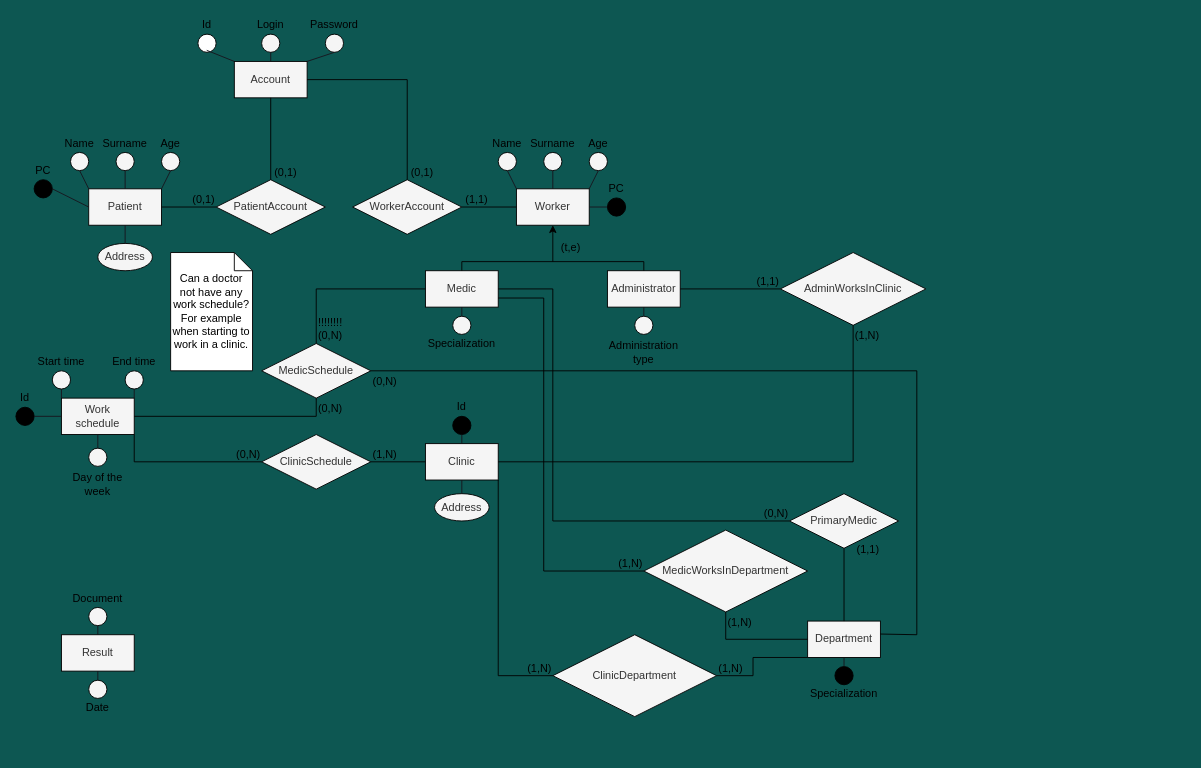
The draw.io diagram Untitled Diagram.drawio in UniFI-Students/DBIS, before the edit. Source tidied: cells renumbered, new cells numbered last; positions are measured from the earlier drawing's top-left corner, leaving out a move shared by most shapes. Both pictures are drawn from the tidied source at 91%, with x=0, y=0 at pixel (15, 15).
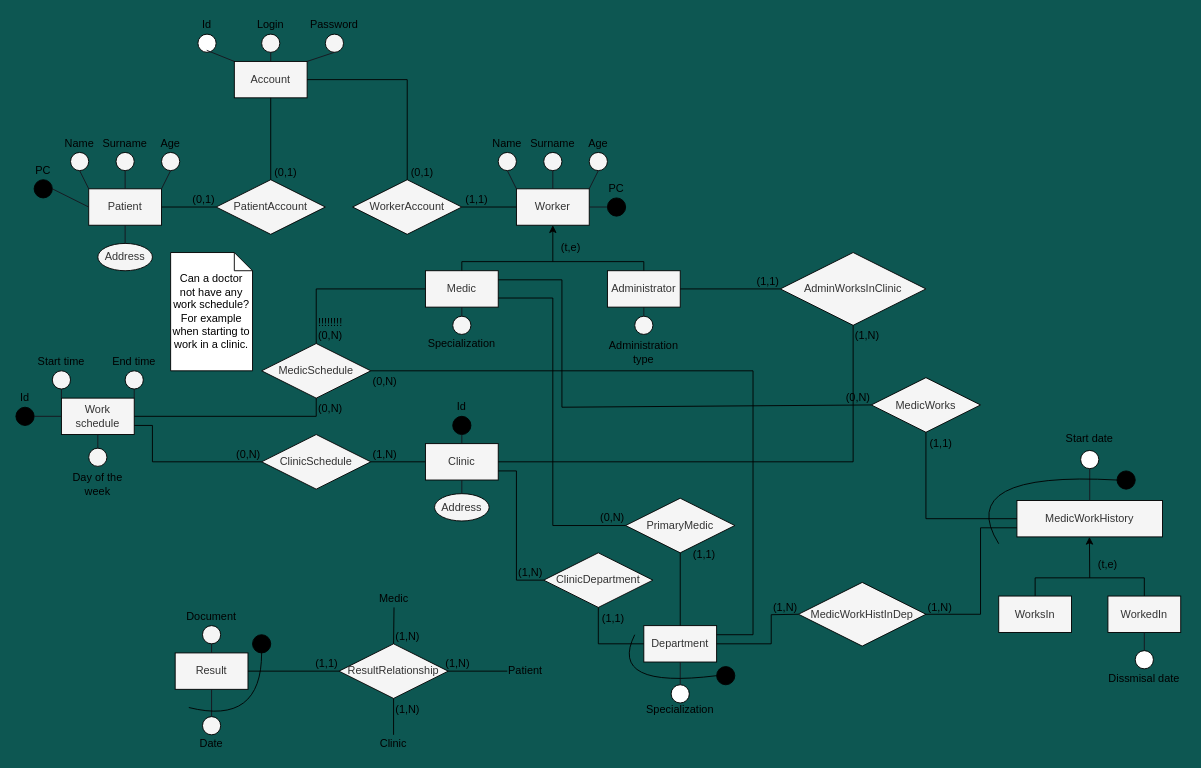
The same diagram, later.

The change refers to these unchanged cells:
```xml
<mxCell id="2" value="Clinic" style="whiteSpace=wrap;html=1;align=center;fillColor=#f5f5f5;fontColor=#333333;strokeColor=#000000;" parent="1" vertex="1">
  <mxGeometry x="450" y="470" width="80" height="40" as="geometry" />
</mxCell>
<mxCell id="17" value="Medic" style="whiteSpace=wrap;html=1;align=center;fillColor=#f5f5f5;fontColor=#333333;strokeColor=#000000;" parent="1" vertex="1">
  <mxGeometry x="450" y="280" width="80" height="40" as="geometry" />
</mxCell>
<mxCell id="57" value="Work schedule" style="whiteSpace=wrap;html=1;align=center;fillColor=#f5f5f5;fontColor=#333333;strokeColor=#000000;" parent="1" vertex="1">
  <mxGeometry x="50" y="420" width="80" height="40" as="geometry" />
</mxCell>
<mxCell id="87" value="MedicSchedule" style="shape=rhombus;perimeter=rhombusPerimeter;whiteSpace=wrap;html=1;align=center;strokeColor=#000000;fillColor=#f5f5f5;fontColor=#333333;" parent="1" vertex="1">
  <mxGeometry x="270" y="360" width="120" height="60" as="geometry" />
</mxCell>
<mxCell id="93" value="ClinicSchedule" style="shape=rhombus;perimeter=rhombusPerimeter;whiteSpace=wrap;html=1;align=center;strokeColor=#000000;fillColor=#f5f5f5;fontColor=#333333;" parent="1" vertex="1">
  <mxGeometry x="270" y="460" width="120" height="60" as="geometry" />
</mxCell>
```

What changed in the source:
```diff
@@
     <mxCell id="3" value="Department" style="whiteSpace=wrap;html=1;align=center;fillColor=#f5f5f5;fontColor=#333333;strokeColor=#000000;" parent="1" vertex="1">
-      <mxGeometry x="870" y="665" width="80" height="40" as="geometry" />
+      <mxGeometry x="690" y="670" width="80" height="40" as="geometry" />
     </mxCell>
     <mxCell id="4" value="Result" style="whiteSpace=wrap;html=1;align=center;fillColor=#f5f5f5;fontColor=#333333;strokeColor=#000000;" parent="1" vertex="1">
-      <mxGeometry x="50" y="680" width="80" height="40" as="geometry" />
+      <mxGeometry x="175" y="700" width="80" height="40" as="geometry" />
     </mxCell>
@@
     <mxCell id="72" value="Specialization" style="text;html=1;align=center;verticalAlign=middle;whiteSpace=wrap;rounded=0;fontColor=#000000;" parent="1" vertex="1">
-      <mxGeometry x="900" y="735" width="20" height="20" as="geometry" />
+      <mxGeometry x="720" y="755" width="20" height="15" as="geometry" />
     </mxCell>
-    <mxCell id="73" style="ellipse;whiteSpace=wrap;html=1;fillColor=#000000;fontColor=#333333;strokeColor=#000000;" parent="1" vertex="1">
-      <mxGeometry x="900" y="715" width="20" height="20" as="geometry" />
+    <mxCell id="73" style="ellipse;whiteSpace=wrap;html=1;fillColor=#FFFFFF;fontColor=#333333;strokeColor=#000000;" parent="1" vertex="1">
+      <mxGeometry x="720" y="735" width="20" height="20" as="geometry" />
     </mxCell>
-    <mxCell id="74" style="endArrow=none;html=1;rounded=0;exitX=0.5;exitY=0;exitDx=0;exitDy=0;strokeColor=#18141d;entryX=0.5;entryY=1;entryDx=0;entryDy=0;" parent="1" edge="1" source="73" target="3">
+    <mxCell id="74" style="endArrow=none;html=1;rounded=0;strokeColor=#18141d;entryX=0.5;entryY=1;entryDx=0;entryDy=0;exitX=0.5;exitY=0;exitDx=0;exitDy=0;" parent="1" edge="1" source="73" target="3">
       <mxGeometry relative="1" as="geometry" />
     </mxCell>
     <mxCell id="75" style="ellipse;whiteSpace=wrap;html=1;fillColor=#f5f5f5;fontColor=#333333;strokeColor=#000000;" parent="1" vertex="1">
-      <mxGeometry x="80" y="650" width="20" height="20" as="geometry" />
+      <mxGeometry x="205" y="670" width="20" height="20" as="geometry" />
     </mxCell>
     <mxCell id="76" value="Document" style="text;html=1;align=center;verticalAlign=middle;whiteSpace=wrap;rounded=0;fontColor=#000000;" parent="1" vertex="1">
-      <mxGeometry x="80" y="630" width="20" height="20" as="geometry" />
+      <mxGeometry x="205" y="650" width="20" height="20" as="geometry" />
     </mxCell>
@@
     <mxCell id="79" style="ellipse;whiteSpace=wrap;html=1;fillColor=#f5f5f5;fontColor=#333333;strokeColor=#000000;" parent="1" vertex="1">
-      <mxGeometry x="80" y="730" width="20" height="20" as="geometry" />
+      <mxGeometry x="205" y="770" width="20" height="20" as="geometry" />
     </mxCell>
     <mxCell id="80" value="Date" style="text;html=1;align=center;verticalAlign=middle;whiteSpace=wrap;rounded=0;fontColor=#000000;" parent="1" vertex="1">
-      <mxGeometry x="80" y="750" width="20" height="20" as="geometry" />
+      <mxGeometry x="205" y="790" width="20" height="20" as="geometry" />
     </mxCell>
@@
-    <mxCell id="94" style="endArrow=none;html=1;rounded=0;strokeColor=#000000;fontColor=#000000;exitX=1;exitY=1;exitDx=0;exitDy=0;entryX=0;entryY=0.5;entryDx=0;entryDy=0;" parent="1" edge="1" source="57" target="93">
+    <mxCell id="94" style="endArrow=none;html=1;rounded=0;strokeColor=#000000;fontColor=#000000;exitX=1;exitY=0.75;exitDx=0;exitDy=0;entryX=0;entryY=0.5;entryDx=0;entryDy=0;" parent="1" edge="1" source="57" target="93">
       <mxGeometry relative="1" as="geometry">
         <Array as="points">
-          <mxPoint x="130" y="490" />
+          <mxPoint x="150" y="450" />
+          <mxPoint x="150" y="490" />
         </Array>
       </mxGeometry>
     </mxCell>
@@
     <mxCell id="104" value="PrimaryMedic" style="shape=rhombus;perimeter=rhombusPerimeter;whiteSpace=wrap;html=1;align=center;strokeColor=#000000;fillColor=#f5f5f5;fontColor=#333333;" parent="1" vertex="1">
-      <mxGeometry x="850" y="525" width="120" height="60" as="geometry" />
+      <mxGeometry x="670" y="530" width="120" height="60" as="geometry" />
     </mxCell>
@@
-    <mxCell id="107" style="endArrow=none;html=1;rounded=0;strokeColor=#000000;fontColor=#000000;exitX=1;exitY=0.5;exitDx=0;exitDy=0;entryX=0;entryY=0.5;entryDx=0;entryDy=0;" parent="1" edge="1" source="17" target="104">
+    <mxCell id="107" style="endArrow=none;html=1;rounded=0;strokeColor=#000000;fontColor=#000000;exitX=1;exitY=0.75;exitDx=0;exitDy=0;entryX=0;entryY=0.5;entryDx=0;entryDy=0;" parent="1" edge="1" source="17" target="104">
       <mxGeometry relative="1" as="geometry">
         <Array as="points">
-          <mxPoint x="590" y="300" />
-          <mxPoint x="590" y="555" />
+          <mxPoint x="590" y="310" />
+          <mxPoint x="590" y="560" />
         </Array>
       </mxGeometry>
     </mxCell>
@@
-    <mxCell id="109" value="MedicWorksInDepartment" style="shape=rhombus;perimeter=rhombusPerimeter;whiteSpace=wrap;html=1;align=center;strokeColor=#000000;fillColor=#f5f5f5;fontColor=#333333;" parent="1" vertex="1">
-      <mxGeometry x="690" y="565" width="180" height="90" as="geometry" />
-    </mxCell>
-    <mxCell id="110" style="endArrow=none;html=1;rounded=0;strokeColor=#000000;fontColor=#000000;exitX=0;exitY=0.5;exitDx=0;exitDy=0;entryX=0.5;entryY=1;entryDx=0;entryDy=0;" parent="1" edge="1" source="3" target="109">
-      <mxGeometry relative="1" as="geometry">
-        <Array as="points">
-          <mxPoint x="780" y="685" />
-          <mxPoint x="780" y="655" />
-        </Array>
-      </mxGeometry>
-    </mxCell>
-    <mxCell id="111" value="(1,N)" style="html=1;whiteSpace=wrap;align=right;verticalAlign=bottom;fontColor=#000000;" parent="110" vertex="1">
-      <mxGeometry x="1" relative="1" as="geometry">
-        <mxPoint x="30" y="20" as="offset" />
-      </mxGeometry>
-    </mxCell>
-    <mxCell id="112" style="endArrow=none;html=1;rounded=0;strokeColor=#000000;fontColor=#000000;exitX=1;exitY=0.75;exitDx=0;exitDy=0;entryX=0;entryY=0.5;entryDx=0;entryDy=0;" parent="1" edge="1" source="17" target="109">
-      <mxGeometry relative="1" as="geometry">
-        <Array as="points">
-          <mxPoint x="580" y="310" />
-          <mxPoint x="580" y="610" />
-        </Array>
-      </mxGeometry>
-    </mxCell>
-    <mxCell id="113" value="(1,N)" style="html=1;whiteSpace=wrap;align=right;verticalAlign=bottom;fontColor=#000000;" parent="112" vertex="1">
-      <mxGeometry x="1" relative="1" as="geometry" />
-    </mxCell>
@@
-    <mxCell id="120" style="endArrow=none;html=1;rounded=0;strokeColor=#000000;fontColor=#000000;exitX=0.997;exitY=0.356;exitDx=0;exitDy=0;entryX=1;entryY=0.5;entryDx=0;entryDy=0;exitPerimeter=0;" parent="1" edge="1" source="3" target="87">
+    <mxCell id="120" style="endArrow=none;html=1;rounded=0;strokeColor=#000000;fontColor=#000000;exitX=1;exitY=0.25;exitDx=0;exitDy=0;entryX=1;entryY=0.5;entryDx=0;entryDy=0;" parent="1" edge="1" source="3" target="87">
       <mxGeometry relative="1" as="geometry">
         <Array as="points">
-          <mxPoint x="990" y="680" />
-          <mxPoint x="990" y="390" />
+          <mxPoint x="810" y="680" />
+          <mxPoint x="810" y="390" />
         </Array>
       </mxGeometry>
     </mxCell>
@@
     <mxCell id="122" value="ClinicDepartment" style="shape=rhombus;perimeter=rhombusPerimeter;whiteSpace=wrap;html=1;align=center;strokeColor=#000000;fillColor=#f5f5f5;fontColor=#333333;" parent="1" vertex="1">
-      <mxGeometry x="590" y="680" width="180" height="90" as="geometry" />
+      <mxGeometry x="580" y="590" width="120" height="60" as="geometry" />
     </mxCell>
-    <mxCell id="123" style="endArrow=none;html=1;rounded=0;strokeColor=#000000;fontColor=#000000;exitX=1;exitY=1;exitDx=0;exitDy=0;entryX=0;entryY=0.5;entryDx=0;entryDy=0;" parent="1" edge="1" source="2" target="122">
+    <mxCell id="123" style="endArrow=none;html=1;rounded=0;strokeColor=#000000;fontColor=#000000;exitX=1;exitY=0.75;exitDx=0;exitDy=0;entryX=0;entryY=0.5;entryDx=0;entryDy=0;" parent="1" edge="1" source="2" target="122">
       <mxGeometry relative="1" as="geometry">
         <Array as="points">
-          <mxPoint x="530" y="725" />
+          <mxPoint x="550" y="500" />
+          <mxPoint x="550" y="620" />
         </Array>
       </mxGeometry>
     </mxCell>
@@
-    <mxCell id="125" style="endArrow=none;html=1;rounded=0;strokeColor=#000000;fontColor=#000000;exitX=0;exitY=1;exitDx=0;exitDy=0;entryX=1;entryY=0.5;entryDx=0;entryDy=0;" parent="1" edge="1" source="3" target="122">
+    <mxCell id="125" style="endArrow=none;html=1;rounded=0;strokeColor=#000000;fontColor=#000000;entryX=0.5;entryY=1;entryDx=0;entryDy=0;exitX=0;exitY=0.5;exitDx=0;exitDy=0;" parent="1" edge="1" source="3" target="122">
       <mxGeometry relative="1" as="geometry">
         <Array as="points">
-          <mxPoint x="810" y="705" />
-          <mxPoint x="810" y="725" />
+          <mxPoint x="640" y="690" />
         </Array>
       </mxGeometry>
     </mxCell>
-    <mxCell id="126" value="(1,N)" style="html=1;whiteSpace=wrap;align=right;verticalAlign=bottom;fontColor=#000000;" parent="125" vertex="1">
+    <mxCell id="126" value="(1,1)" style="html=1;whiteSpace=wrap;align=right;verticalAlign=bottom;fontColor=#000000;" parent="125" vertex="1">
       <mxGeometry x="1" relative="1" as="geometry">
-        <mxPoint x="30" as="offset" />
+        <mxPoint x="30" y="20" as="offset" />
       </mxGeometry>
     </mxCell>
+    <mxCell id="127" style="curved=1;endArrow=none;html=1;rounded=0;endFill=0;exitX=0;exitY=0.5;exitDx=0;exitDy=0;strokeColor=#000000;" parent="1" edge="1" source="128">
+      <mxGeometry relative="1" as="geometry">
+        <mxPoint x="680" y="680" as="targetPoint" />
+        <Array as="points">
+          <mxPoint x="650" y="740" />
+        </Array>
+      </mxGeometry>
+    </mxCell>
+    <mxCell id="128" style="ellipse;whiteSpace=wrap;html=1;fillColor=#000000;fontColor=#333333;strokeColor=#000000;" parent="1" vertex="1">
+      <mxGeometry x="770" y="715" width="20" height="20" as="geometry" />
+    </mxCell>
+    <mxCell id="129" value="MedicWorkHistory" style="whiteSpace=wrap;html=1;align=center;fillColor=#f5f5f5;fontColor=#333333;strokeColor=#000000;" parent="1" vertex="1">
+      <mxGeometry x="1100" y="532.5" width="160" height="40" as="geometry" />
+    </mxCell>
+    <mxCell id="130" style="endArrow=none;html=1;rounded=0;strokeColor=#000000;" parent="1" edge="1">
+      <mxGeometry relative="1" as="geometry">
+        <mxPoint x="1120" y="617.5" as="sourcePoint" />
+        <mxPoint x="1240" y="617.5" as="targetPoint" />
+      </mxGeometry>
+    </mxCell>
+    <mxCell id="131" style="endArrow=classic;html=1;rounded=0;strokeColor=#000000;entryX=0.5;entryY=1;entryDx=0;entryDy=0;" parent="1" edge="1">
+      <mxGeometry relative="1" as="geometry">
+        <mxPoint x="1180" y="617.5" as="sourcePoint" />
+        <mxPoint x="1179.7" y="572.5" as="targetPoint" />
+      </mxGeometry>
+    </mxCell>
+    <mxCell id="132" value="(t,e)" style="text;html=1;strokeColor=none;fillColor=none;align=center;verticalAlign=middle;whiteSpace=wrap;rounded=0;fontColor=#000000;" parent="1" vertex="1">
+      <mxGeometry x="1190" y="597.5" width="20" height="10" as="geometry" />
+    </mxCell>
+    <mxCell id="133" style="endArrow=none;html=1;rounded=0;strokeColor=#000000;exitX=0.5;exitY=0;exitDx=0;exitDy=0;" parent="1" edge="1" source="135">
+      <mxGeometry relative="1" as="geometry">
+        <mxPoint x="1240" y="617.5" as="targetPoint" />
+      </mxGeometry>
+    </mxCell>
+    <mxCell id="134" style="endArrow=none;html=1;rounded=0;strokeColor=#000000;exitX=0.5;exitY=0;exitDx=0;exitDy=0;" parent="1" edge="1" source="136">
+      <mxGeometry relative="1" as="geometry">
+        <mxPoint x="1120" y="617.5" as="targetPoint" />
+      </mxGeometry>
+    </mxCell>
+    <mxCell id="135" value="WorkedIn" style="whiteSpace=wrap;html=1;align=center;fillColor=#f5f5f5;fontColor=#333333;strokeColor=#000000;" parent="1" vertex="1">
+      <mxGeometry x="1200" y="637.5" width="80" height="40" as="geometry" />
+    </mxCell>
+    <mxCell id="136" value="WorksIn" style="whiteSpace=wrap;html=1;align=center;fillColor=#f5f5f5;fontColor=#333333;strokeColor=#000000;" parent="1" vertex="1">
+      <mxGeometry x="1080" y="637.5" width="80" height="40" as="geometry" />
+    </mxCell>
+    <mxCell id="137" value="Start date" style="text;html=1;align=center;verticalAlign=middle;whiteSpace=wrap;rounded=0;fontColor=#000000;" parent="1" vertex="1">
+      <mxGeometry x="1150" y="457.5" width="60" height="15" as="geometry" />
+    </mxCell>
+    <mxCell id="138" style="ellipse;whiteSpace=wrap;html=1;fillColor=#FFFFFF;fontColor=#333333;strokeColor=#000000;" parent="1" vertex="1">
+      <mxGeometry x="1170" y="477.5" width="20" height="20" as="geometry" />
+    </mxCell>
+    <mxCell id="139" style="endArrow=none;html=1;rounded=0;strokeColor=#18141d;entryX=0.5;entryY=0;entryDx=0;entryDy=0;exitX=0.5;exitY=1;exitDx=0;exitDy=0;" parent="1" edge="1" source="138" target="129">
+      <mxGeometry relative="1" as="geometry" />
+    </mxCell>
+    <mxCell id="140" value="Dissmisal date" style="text;html=1;align=center;verticalAlign=middle;whiteSpace=wrap;rounded=0;fontColor=#000000;" parent="1" vertex="1">
+      <mxGeometry x="1195" y="720" width="90" height="15" as="geometry" />
+    </mxCell>
+    <mxCell id="141" style="ellipse;whiteSpace=wrap;html=1;fillColor=#FFFFFF;fontColor=#333333;strokeColor=#000000;" parent="1" vertex="1">
+      <mxGeometry x="1230" y="697.5" width="20" height="20" as="geometry" />
+    </mxCell>
+    <mxCell id="142" style="endArrow=none;html=1;rounded=0;strokeColor=#18141d;entryX=0.5;entryY=0;entryDx=0;entryDy=0;exitX=0.5;exitY=1;exitDx=0;exitDy=0;" parent="1" edge="1" source="135" target="141">
+      <mxGeometry relative="1" as="geometry" />
+    </mxCell>
+    <mxCell id="143" value="MedicWorks" style="shape=rhombus;perimeter=rhombusPerimeter;whiteSpace=wrap;html=1;align=center;strokeColor=#000000;fillColor=#f5f5f5;fontColor=#333333;" parent="1" vertex="1">
+      <mxGeometry x="940" y="397.5" width="120" height="60" as="geometry" />
+    </mxCell>
+    <mxCell id="144" style="endArrow=none;html=1;rounded=0;strokeColor=#000000;fontColor=#000000;exitX=1;exitY=0.25;exitDx=0;exitDy=0;entryX=0;entryY=0.5;entryDx=0;entryDy=0;" parent="1" edge="1" source="17" target="143">
+      <mxGeometry relative="1" as="geometry">
+        <Array as="points">
+          <mxPoint x="600" y="290" />
+          <mxPoint x="600" y="430" />
+        </Array>
+      </mxGeometry>
+    </mxCell>
+    <mxCell id="145" value="(0,N)" style="html=1;whiteSpace=wrap;align=right;verticalAlign=bottom;fontColor=#000000;" parent="144" vertex="1">
+      <mxGeometry x="1" relative="1" as="geometry" />
+    </mxCell>
+    <mxCell id="146" style="endArrow=none;html=1;rounded=0;strokeColor=#000000;fontColor=#000000;exitX=0;exitY=0.5;exitDx=0;exitDy=0;entryX=0.5;entryY=1;entryDx=0;entryDy=0;" parent="1" edge="1" source="129" target="143">
+      <mxGeometry relative="1" as="geometry">
+        <Array as="points">
+          <mxPoint x="1000" y="552.5" />
+        </Array>
+      </mxGeometry>
+    </mxCell>
+    <mxCell id="147" value="(1,1)" style="html=1;whiteSpace=wrap;align=right;verticalAlign=bottom;fontColor=#000000;" parent="146" vertex="1">
+      <mxGeometry x="1" relative="1" as="geometry">
+        <mxPoint x="30" y="20" as="offset" />
+      </mxGeometry>
+    </mxCell>
+    <mxCell id="148" value="MedicWorkHistInDep" style="shape=rhombus;perimeter=rhombusPerimeter;whiteSpace=wrap;html=1;align=center;strokeColor=#000000;fillColor=#f5f5f5;fontColor=#333333;" parent="1" vertex="1">
+      <mxGeometry x="860" y="622.5" width="140" height="70" as="geometry" />
+    </mxCell>
+    <mxCell id="149" style="endArrow=none;html=1;rounded=0;strokeColor=#000000;fontColor=#000000;exitX=1;exitY=0.5;exitDx=0;exitDy=0;entryX=0;entryY=0.5;entryDx=0;entryDy=0;" parent="1" edge="1" source="3" target="148">
+      <mxGeometry relative="1" as="geometry">
+        <Array as="points">
+          <mxPoint x="830" y="690" />
+          <mxPoint x="830" y="658" />
+        </Array>
+      </mxGeometry>
+    </mxCell>
+    <mxCell id="150" value="(1,N)" style="html=1;whiteSpace=wrap;align=right;verticalAlign=bottom;fontColor=#000000;" parent="149" vertex="1">
+      <mxGeometry x="1" relative="1" as="geometry" />
+    </mxCell>
+    <mxCell id="151" style="endArrow=none;html=1;rounded=0;strokeColor=#000000;fontColor=#000000;exitX=0;exitY=0.75;exitDx=0;exitDy=0;entryX=1;entryY=0.5;entryDx=0;entryDy=0;" parent="1" edge="1" source="129" target="148">
+      <mxGeometry relative="1" as="geometry">
+        <Array as="points">
+          <mxPoint x="1060" y="562.5" />
+          <mxPoint x="1060" y="657.5" />
+        </Array>
+      </mxGeometry>
+    </mxCell>
+    <mxCell id="152" value="(1,N)" style="html=1;whiteSpace=wrap;align=right;verticalAlign=bottom;fontColor=#000000;" parent="151" vertex="1">
+      <mxGeometry x="1" relative="1" as="geometry">
+        <mxPoint x="30" as="offset" />
+      </mxGeometry>
+    </mxCell>
+    <mxCell id="153" style="ellipse;whiteSpace=wrap;html=1;fillColor=#000000;fontColor=#333333;strokeColor=#000000;" parent="1" vertex="1">
+      <mxGeometry x="1210" y="500" width="20" height="20" as="geometry" />
+    </mxCell>
+    <mxCell id="154" style="curved=1;endArrow=none;html=1;rounded=0;endFill=0;exitX=0;exitY=0.5;exitDx=0;exitDy=0;strokeColor=#000000;" parent="1" edge="1" source="153">
+      <mxGeometry relative="1" as="geometry">
+        <mxPoint x="1080" y="580" as="targetPoint" />
+        <Array as="points">
+          <mxPoint x="1030" y="500" />
+        </Array>
+      </mxGeometry>
+    </mxCell>
+    <mxCell id="155" value="ResultRelationship" style="shape=rhombus;perimeter=rhombusPerimeter;whiteSpace=wrap;html=1;align=center;strokeColor=#000000;fillColor=#f5f5f5;fontColor=#333333;" parent="1" vertex="1">
+      <mxGeometry x="355" y="690" width="120" height="60" as="geometry" />
+    </mxCell>
+    <mxCell id="156" style="endArrow=none;html=1;rounded=0;strokeColor=#000000;fontColor=#000000;exitX=1;exitY=0.5;exitDx=0;exitDy=0;entryX=0;entryY=0.5;entryDx=0;entryDy=0;" parent="1" edge="1" source="4" target="155">
+      <mxGeometry relative="1" as="geometry" />
+    </mxCell>
+    <mxCell id="157" value="(1,1)" style="html=1;whiteSpace=wrap;align=right;verticalAlign=bottom;fontColor=#000000;" parent="156" vertex="1">
+      <mxGeometry x="1" relative="1" as="geometry" />
+    </mxCell>
+    <mxCell id="158" style="ellipse;whiteSpace=wrap;html=1;fillColor=#000000;fontColor=#333333;strokeColor=#000000;" parent="1" vertex="1">
+      <mxGeometry x="260" y="680" width="20" height="20" as="geometry" />
+    </mxCell>
+    <mxCell id="159" style="curved=1;endArrow=none;html=1;rounded=0;endFill=0;exitX=0.5;exitY=1;exitDx=0;exitDy=0;strokeColor=#000000;" parent="1" edge="1" source="158">
+      <mxGeometry relative="1" as="geometry">
+        <mxPoint x="190" y="760" as="targetPoint" />
+        <Array as="points">
+          <mxPoint x="270" y="780" />
+        </Array>
+      </mxGeometry>
+    </mxCell>
+    <mxCell id="160" style="endArrow=none;html=1;rounded=0;strokeColor=#000000;fontColor=#000000;entryX=0.5;entryY=0;entryDx=0;entryDy=0;exitX=0.5;exitY=1;exitDx=0;exitDy=0;" parent="1" edge="1" source="162" target="155">
+      <mxGeometry relative="1" as="geometry" />
+    </mxCell>
+    <mxCell id="161" value="(1,N)" style="html=1;whiteSpace=wrap;align=right;verticalAlign=bottom;fontColor=#000000;" parent="160" vertex="1">
+      <mxGeometry x="1" relative="1" as="geometry">
+        <mxPoint x="30" as="offset" />
+      </mxGeometry>
+    </mxCell>
+    <mxCell id="162" value="Medic" style="text;html=1;align=center;verticalAlign=middle;whiteSpace=wrap;rounded=0;fontColor=#000000;" parent="1" vertex="1">
+      <mxGeometry x="393" y="630" width="45" height="20" as="geometry" />
+    </mxCell>
+    <mxCell id="163" value="Patient" style="text;html=1;align=center;verticalAlign=middle;whiteSpace=wrap;rounded=0;fontColor=#000000;" parent="1" vertex="1">
+      <mxGeometry x="540" y="710" width="40" height="20" as="geometry" />
+    </mxCell>
+    <mxCell id="164" style="endArrow=none;html=1;rounded=0;strokeColor=#000000;fontColor=#000000;entryX=1;entryY=0.5;entryDx=0;entryDy=0;exitX=0;exitY=0.5;exitDx=0;exitDy=0;" parent="1" edge="1" source="163" target="155">
+      <mxGeometry relative="1" as="geometry" />
+    </mxCell>
+    <mxCell id="165" value="(1,N)" style="html=1;whiteSpace=wrap;align=right;verticalAlign=bottom;fontColor=#000000;" parent="164" vertex="1">
+      <mxGeometry x="1" relative="1" as="geometry">
+        <mxPoint x="25" as="offset" />
+      </mxGeometry>
+    </mxCell>
+    <mxCell id="166" value="Clinic" style="text;html=1;align=center;verticalAlign=middle;whiteSpace=wrap;rounded=0;fontColor=#000000;" parent="1" vertex="1">
+      <mxGeometry x="395" y="790" width="40" height="20" as="geometry" />
+    </mxCell>
+    <mxCell id="167" style="endArrow=none;html=1;rounded=0;strokeColor=#000000;fontColor=#000000;entryX=0.5;entryY=1;entryDx=0;entryDy=0;exitX=0.5;exitY=0;exitDx=0;exitDy=0;" parent="1" edge="1" source="166" target="155">
+      <mxGeometry relative="1" as="geometry" />
+    </mxCell>
+    <mxCell id="168" value="(1,N)" style="html=1;whiteSpace=wrap;align=right;verticalAlign=bottom;fontColor=#000000;" parent="167" vertex="1">
+      <mxGeometry x="1" relative="1" as="geometry">
+        <mxPoint x="30" y="20" as="offset" />
+      </mxGeometry>
+    </mxCell>
```
